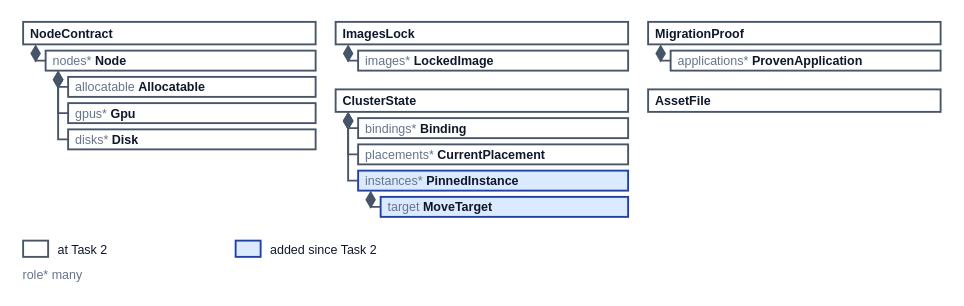
The draw.io diagram docs/mde/task-3-code-generation/Figures/mm-pinned.drawio in JorisJonkers-dev/deploy-kit, before the edit. Source tidied: cells renumbered, new cells numbered last; positions are measured from the earlier drawing's top-left corner, leaving out a move shared by most shapes. Both pictures are drawn from the tidied source at 125%, with x=0, y=0 at pixel (22, 21).
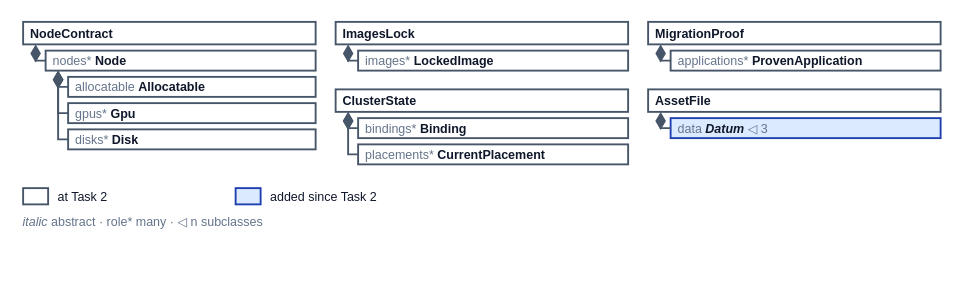
Above is the later version.

The change refers to these unchanged cells:
```xml
<mxCell id="14" value="&lt;b&gt;ClusterState&lt;/b&gt;" style="rounded=0;whiteSpace=wrap;html=1;align=left;verticalAlign=middle;fillColor=#ffffff;strokeColor=#475569;strokeWidth=1.5;fontFamily=Helvetica;fontSize=10;fontColor=#0f172a;spacing=0;spacingLeft=6;spacingRight=4;" parent="1" vertex="1">
  <mxGeometry x="250" y="54" width="234" height="18" as="geometry" />
</mxCell>
```

What changed in the source:
```diff
@@
-    <mxCell id="19" value="&lt;font color=&quot;#64748b&quot;&gt;instances*&lt;/font&gt; &lt;b&gt;PinnedInstance&lt;/b&gt;" style="rounded=0;whiteSpace=wrap;html=1;align=left;verticalAlign=middle;fillColor=#dbeafe;strokeColor=#1e40af;strokeWidth=1.5;fontFamily=Helvetica;fontSize=10;fontColor=#0f172a;spacing=0;spacingLeft=6;spacingRight=4;" parent="1" vertex="1">
-      <mxGeometry x="268" y="119" width="216" height="16" as="geometry" />
+    <mxCell id="19" value="&lt;b&gt;MigrationProof&lt;/b&gt;" style="rounded=0;whiteSpace=wrap;html=1;align=left;verticalAlign=middle;fillColor=#ffffff;strokeColor=#475569;strokeWidth=1.5;fontFamily=Helvetica;fontSize=10;fontColor=#0f172a;spacing=0;spacingLeft=6;spacingRight=4;" parent="1" vertex="1">
+      <mxGeometry x="500" width="234" height="18" as="geometry" />
     </mxCell>
-    <mxCell id="20" style="edgeStyle=orthogonalEdgeStyle;rounded=0;html=1;endArrow=none;startArrow=diamondThin;startFill=1;startSize=10;strokeColor=#475569;strokeWidth=1.5;exitX=0;exitY=1;exitDx=10;exitDy=0;entryX=0;entryY=0.5;entryDx=0;entryDy=0;" parent="1" edge="1" source="14" target="19">
-      <mxGeometry relative="1" as="geometry">
-        <Array as="points">
-          <mxPoint x="260" y="127" />
-        </Array>
-      </mxGeometry>
+    <mxCell id="20" value="&lt;font color=&quot;#64748b&quot;&gt;applications*&lt;/font&gt; &lt;b&gt;ProvenApplication&lt;/b&gt;" style="rounded=0;whiteSpace=wrap;html=1;align=left;verticalAlign=middle;fillColor=#ffffff;strokeColor=#475569;strokeWidth=1.5;fontFamily=Helvetica;fontSize=10;fontColor=#0f172a;spacing=0;spacingLeft=6;spacingRight=4;" parent="1" vertex="1">
+      <mxGeometry x="518" y="23" width="216" height="16" as="geometry" />
     </mxCell>
-    <mxCell id="21" value="&lt;font color=&quot;#64748b&quot;&gt;target&lt;/font&gt; &lt;b&gt;MoveTarget&lt;/b&gt;" style="rounded=0;whiteSpace=wrap;html=1;align=left;verticalAlign=middle;fillColor=#dbeafe;strokeColor=#1e40af;strokeWidth=1.5;fontFamily=Helvetica;fontSize=10;fontColor=#0f172a;spacing=0;spacingLeft=6;spacingRight=4;" parent="1" vertex="1">
-      <mxGeometry x="286" y="140" width="198" height="16" as="geometry" />
+    <mxCell id="21" style="edgeStyle=orthogonalEdgeStyle;rounded=0;html=1;endArrow=none;startArrow=diamondThin;startFill=1;startSize=10;strokeColor=#475569;strokeWidth=1.5;exitX=0;exitY=1;exitDx=10;exitDy=0;entryX=0;entryY=0.5;entryDx=0;entryDy=0;" parent="1" edge="1" source="19" target="20">
+      <mxGeometry relative="1" as="geometry">
+        <Array as="points">
+          <mxPoint x="510" y="31" />
+        </Array>
+      </mxGeometry>
     </mxCell>
-    <mxCell id="22" style="edgeStyle=orthogonalEdgeStyle;rounded=0;html=1;endArrow=none;startArrow=diamondThin;startFill=1;startSize=10;strokeColor=#475569;strokeWidth=1.5;exitX=0;exitY=1;exitDx=10;exitDy=0;entryX=0;entryY=0.5;entryDx=0;entryDy=0;" parent="1" edge="1" source="19" target="21">
-      <mxGeometry relative="1" as="geometry">
-        <Array as="points">
-          <mxPoint x="278" y="148" />
-        </Array>
-      </mxGeometry>
+    <mxCell id="22" value="&lt;b&gt;AssetFile&lt;/b&gt;" style="rounded=0;whiteSpace=wrap;html=1;align=left;verticalAlign=middle;fillColor=#ffffff;strokeColor=#475569;strokeWidth=1.5;fontFamily=Helvetica;fontSize=10;fontColor=#0f172a;spacing=0;spacingLeft=6;spacingRight=4;" parent="1" vertex="1">
+      <mxGeometry x="500" y="54" width="234" height="18" as="geometry" />
     </mxCell>
-    <mxCell id="23" value="&lt;b&gt;MigrationProof&lt;/b&gt;" style="rounded=0;whiteSpace=wrap;html=1;align=left;verticalAlign=middle;fillColor=#ffffff;strokeColor=#475569;strokeWidth=1.5;fontFamily=Helvetica;fontSize=10;fontColor=#0f172a;spacing=0;spacingLeft=6;spacingRight=4;" parent="1" vertex="1">
-      <mxGeometry x="500" width="234" height="18" as="geometry" />
+    <mxCell id="23" value="&lt;font color=&quot;#64748b&quot;&gt;data&lt;/font&gt; &lt;i&gt;&lt;b&gt;Datum&lt;/b&gt;&lt;/i&gt; &lt;font color=&quot;#64748b&quot;&gt;◁ 3&lt;/font&gt;" style="rounded=0;whiteSpace=wrap;html=1;align=left;verticalAlign=middle;fillColor=#dbeafe;strokeColor=#1e40af;strokeWidth=1.5;fontFamily=Helvetica;fontSize=10;fontColor=#0f172a;spacing=0;spacingLeft=6;spacingRight=4;" parent="1" vertex="1">
+      <mxGeometry x="518" y="77" width="216" height="16" as="geometry" />
     </mxCell>
-    <mxCell id="24" value="&lt;font color=&quot;#64748b&quot;&gt;applications*&lt;/font&gt; &lt;b&gt;ProvenApplication&lt;/b&gt;" style="rounded=0;whiteSpace=wrap;html=1;align=left;verticalAlign=middle;fillColor=#ffffff;strokeColor=#475569;strokeWidth=1.5;fontFamily=Helvetica;fontSize=10;fontColor=#0f172a;spacing=0;spacingLeft=6;spacingRight=4;" parent="1" vertex="1">
-      <mxGeometry x="518" y="23" width="216" height="16" as="geometry" />
+    <mxCell id="24" style="edgeStyle=orthogonalEdgeStyle;rounded=0;html=1;endArrow=none;startArrow=diamondThin;startFill=1;startSize=10;strokeColor=#475569;strokeWidth=1.5;exitX=0;exitY=1;exitDx=10;exitDy=0;entryX=0;entryY=0.5;entryDx=0;entryDy=0;" parent="1" edge="1" source="22" target="23">
+      <mxGeometry relative="1" as="geometry">
+        <Array as="points">
+          <mxPoint x="510" y="85" />
+        </Array>
+      </mxGeometry>
     </mxCell>
-    <mxCell id="25" style="edgeStyle=orthogonalEdgeStyle;rounded=0;html=1;endArrow=none;startArrow=diamondThin;startFill=1;startSize=10;strokeColor=#475569;strokeWidth=1.5;exitX=0;exitY=1;exitDx=10;exitDy=0;entryX=0;entryY=0.5;entryDx=0;entryDy=0;" parent="1" edge="1" source="23" target="24">
-      <mxGeometry relative="1" as="geometry">
-        <Array as="points">
-          <mxPoint x="510" y="31" />
-        </Array>
-      </mxGeometry>
+    <mxCell id="25" style="rounded=0;fillColor=#ffffff;strokeColor=#475569;strokeWidth=1.5;" parent="1" vertex="1">
+      <mxGeometry y="133" width="20" height="13" as="geometry" />
     </mxCell>
-    <mxCell id="26" value="&lt;b&gt;AssetFile&lt;/b&gt;" style="rounded=0;whiteSpace=wrap;html=1;align=left;verticalAlign=middle;fillColor=#ffffff;strokeColor=#475569;strokeWidth=1.5;fontFamily=Helvetica;fontSize=10;fontColor=#0f172a;spacing=0;spacingLeft=6;spacingRight=4;" parent="1" vertex="1">
-      <mxGeometry x="500" y="54" width="234" height="18" as="geometry" />
+    <mxCell id="26" value="at Task 2" style="text;html=1;whiteSpace=nowrap;align=left;verticalAlign=middle;fontFamily=Helvetica;fontSize=10;fontColor=#0f172a;spacing=0;strokeColor=none;fillColor=none;" parent="1" vertex="1">
+      <mxGeometry x="28" y="131" width="140" height="17" as="geometry" />
     </mxCell>
-    <mxCell id="27" style="rounded=0;fillColor=#ffffff;strokeColor=#475569;strokeWidth=1.5;" parent="1" vertex="1">
-      <mxGeometry y="175" width="20" height="13" as="geometry" />
+    <mxCell id="27" style="rounded=0;fillColor=#dbeafe;strokeColor=#1e40af;strokeWidth=1.5;" parent="1" vertex="1">
+      <mxGeometry x="170" y="133" width="20" height="13" as="geometry" />
     </mxCell>
-    <mxCell id="28" value="at Task 2" style="text;html=1;whiteSpace=nowrap;align=left;verticalAlign=middle;fontFamily=Helvetica;fontSize=10;fontColor=#0f172a;spacing=0;strokeColor=none;fillColor=none;" parent="1" vertex="1">
-      <mxGeometry x="28" y="173" width="140" height="17" as="geometry" />
+    <mxCell id="28" value="added since Task 2" style="text;html=1;whiteSpace=nowrap;align=left;verticalAlign=middle;fontFamily=Helvetica;fontSize=10;fontColor=#0f172a;spacing=0;strokeColor=none;fillColor=none;" parent="1" vertex="1">
+      <mxGeometry x="198" y="131" width="140" height="17" as="geometry" />
     </mxCell>
-    <mxCell id="29" style="rounded=0;fillColor=#dbeafe;strokeColor=#1e40af;strokeWidth=1.5;" parent="1" vertex="1">
-      <mxGeometry x="170" y="175" width="20" height="13" as="geometry" />
+    <mxCell id="29" value="&lt;i&gt;italic&lt;/i&gt; abstract · role* many · ◁ n subclasses" style="text;html=1;whiteSpace=nowrap;align=left;verticalAlign=middle;fontFamily=Helvetica;fontSize=10;fontColor=#64748b;spacing=0;strokeColor=none;fillColor=none;" parent="1" vertex="1">
+      <mxGeometry y="151" width="734" height="17" as="geometry" />
     </mxCell>
-    <mxCell id="30" value="added since Task 2" style="text;html=1;whiteSpace=nowrap;align=left;verticalAlign=middle;fontFamily=Helvetica;fontSize=10;fontColor=#0f172a;spacing=0;strokeColor=none;fillColor=none;" parent="1" vertex="1">
-      <mxGeometry x="198" y="173" width="140" height="17" as="geometry" />
-    </mxCell>
-    <mxCell id="31" value="role* many" style="text;html=1;whiteSpace=nowrap;align=left;verticalAlign=middle;fontFamily=Helvetica;fontSize=10;fontColor=#64748b;spacing=0;strokeColor=none;fillColor=none;" parent="1" vertex="1">
-      <mxGeometry y="193" width="734" height="17" as="geometry" />
-    </mxCell>
```
